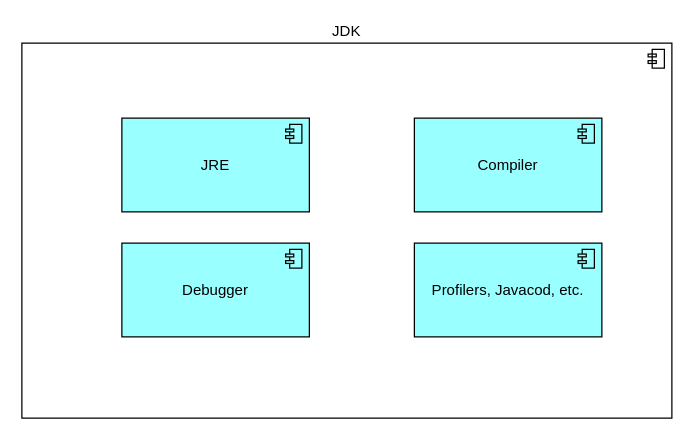
Above: page "Page-1" (1 of 3) of graphics/JDK-JRE-JVM.drawio in elkamphy/kloudly-tutorials (draw.io), before the change. Source tidied: cells renumbered, new cells numbered last; positions are measured from the earlier drawing's top-left corner, leaving out a move shared by most shapes. Both pictures are drawn from the tidied source at 125%, with x=0, y=0 at pixel (21, 42).
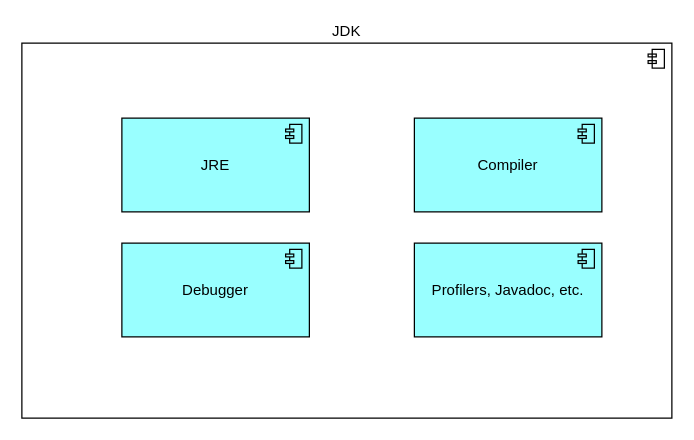
The same diagram, later.

What changed in the source:
```diff
@@
 <mxGraphModel>
   <root>
     <mxCell id="0" />
     <mxCell id="1" parent="0" />
     <mxCell id="2" value="JRE" style="html=1;whiteSpace=wrap;fillColor=#99ffff;shape=mxgraph.archimate3.application;appType=comp;archiType=square;" parent="1" vertex="1">
       <mxGeometry x="80" y="60" width="150" height="75" as="geometry" />
     </mxCell>
     <mxCell id="3" value="Compiler" style="html=1;whiteSpace=wrap;fillColor=#99ffff;shape=mxgraph.archimate3.application;appType=comp;archiType=square;" parent="1" vertex="1">
       <mxGeometry x="314" y="60" width="150" height="75" as="geometry" />
     </mxCell>
     <mxCell id="4" value="Debugger" style="html=1;whiteSpace=wrap;fillColor=#99ffff;shape=mxgraph.archimate3.application;appType=comp;archiType=square;" parent="1" vertex="1">
       <mxGeometry x="80" y="160" width="150" height="75" as="geometry" />
     </mxCell>
     <mxCell id="5" value="JDK" style="html=1;whiteSpace=wrap;fillColor=none;shape=mxgraph.archimate3.application;appType=comp;archiType=square;labelPosition=center;verticalLabelPosition=top;align=center;verticalAlign=bottom;shadow=0;textShadow=0;" parent="1" vertex="1">
       <mxGeometry width="520" height="300" as="geometry" />
     </mxCell>
-    <mxCell id="6" value="Profilers, Javacod, etc." style="html=1;whiteSpace=wrap;fillColor=#99ffff;shape=mxgraph.archimate3.application;appType=comp;archiType=square;" parent="1" vertex="1">
+    <mxCell id="6" value="Profilers, Javadoc, etc." style="html=1;whiteSpace=wrap;fillColor=#99ffff;shape=mxgraph.archimate3.application;appType=comp;archiType=square;" parent="1" vertex="1">
       <mxGeometry x="314" y="160" width="150" height="75" as="geometry" />
     </mxCell>
   </root>
 </mxGraphModel>
```
